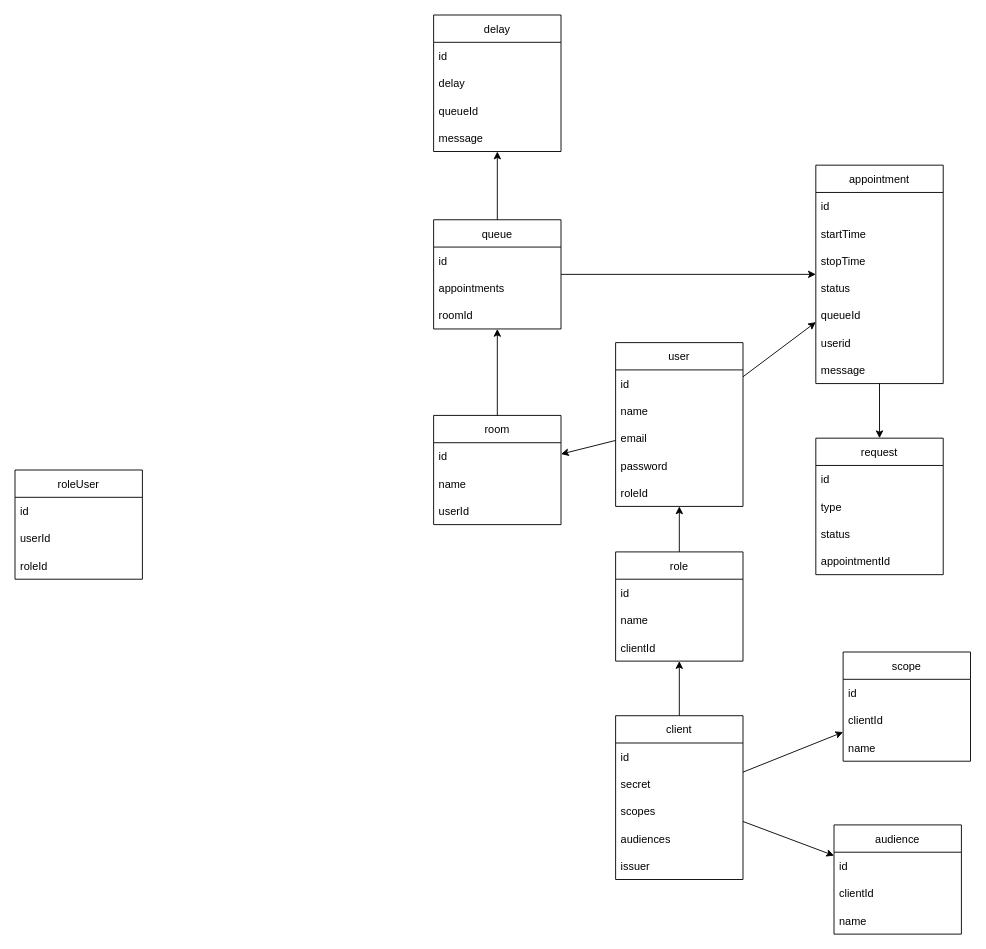
The draw.io diagram __diagrams__/information.drawio in Oglop/Queue, before the edit. Source tidied: cells renumbered, new cells numbered last; positions are measured from the earlier drawing's top-left corner, leaving out a move shared by most shapes. Both pictures are drawn from the tidied source at 91%, with x=0, y=0 at pixel (15, 15).
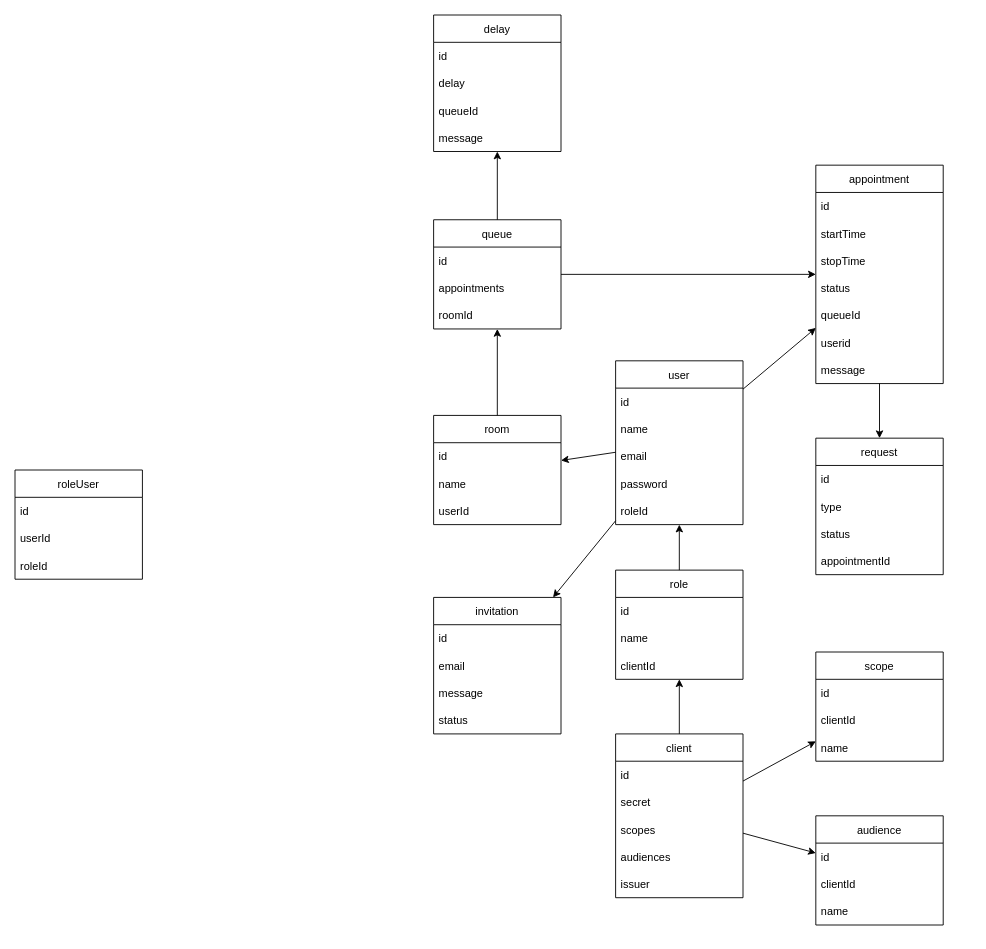
The same page after the edit.

What changed in the source:
```diff
@@
     <mxCell id="24" value="user" style="swimlane;fontStyle=0;horizontal=1;startSize=30;" parent="1" vertex="1">
-      <mxGeometry x="660" y="360" width="140" height="180" as="geometry" />
+      <mxGeometry x="660" y="380" width="140" height="180" as="geometry" />
     </mxCell>
@@
     <mxCell id="40" value="client" style="swimlane;fontStyle=0;horizontal=1;startSize=30;" parent="1" vertex="1">
-      <mxGeometry x="660" y="770" width="140" height="180" as="geometry" />
+      <mxGeometry x="660" y="790" width="140" height="180" as="geometry" />
     </mxCell>
@@
     <mxCell id="46" value="scope" style="swimlane;fontStyle=0;horizontal=1;startSize=30;" parent="1" vertex="1">
-      <mxGeometry x="910" y="700" width="140" height="120" as="geometry" />
+      <mxGeometry x="880" y="700" width="140" height="120" as="geometry" />
     </mxCell>
@@
     <mxCell id="50" value="audience" style="swimlane;fontStyle=0;horizontal=1;startSize=30;" parent="1" vertex="1">
-      <mxGeometry x="900" y="890" width="140" height="120" as="geometry" />
+      <mxGeometry x="880" y="880" width="140" height="120" as="geometry" />
     </mxCell>
@@
     <mxCell id="56" value="role" style="swimlane;fontStyle=0;horizontal=1;startSize=30;" parent="1" vertex="1">
-      <mxGeometry x="660" y="590" width="140" height="120" as="geometry" />
+      <mxGeometry x="660" y="610" width="140" height="120" as="geometry" />
     </mxCell>
@@
+    <mxCell id="66" value="invitation" style="swimlane;fontStyle=0;horizontal=1;startSize=30;" parent="1" vertex="1">
+      <mxGeometry x="460" y="640" width="140" height="150" as="geometry" />
+    </mxCell>
+    <mxCell id="67" value="id" style="text;strokeColor=none;fillColor=none;align=left;verticalAlign=middle;spacingLeft=4;spacingRight=4;overflow=hidden;" parent="66" vertex="1">
+      <mxGeometry y="30" width="140" height="30" as="geometry" />
+    </mxCell>
+    <mxCell id="68" value="email" style="text;strokeColor=none;fillColor=none;align=left;verticalAlign=middle;spacingLeft=4;spacingRight=4;overflow=hidden;" parent="66" vertex="1">
+      <mxGeometry y="60" width="140" height="30" as="geometry" />
+    </mxCell>
+    <mxCell id="69" value="message" style="text;strokeColor=none;fillColor=none;align=left;verticalAlign=middle;spacingLeft=4;spacingRight=4;overflow=hidden;" parent="66" vertex="1">
+      <mxGeometry y="90" width="140" height="30" as="geometry" />
+    </mxCell>
+    <mxCell id="70" value="status" style="text;strokeColor=none;fillColor=none;align=left;verticalAlign=middle;spacingLeft=4;spacingRight=4;overflow=hidden;" parent="66" vertex="1">
+      <mxGeometry y="120" width="140" height="30" as="geometry" />
+    </mxCell>
+    <mxCell id="71" style="endArrow=classic;html=1;rounded=0;" parent="1" edge="1" source="24" target="66">
+      <mxGeometry relative="1" as="geometry" />
+    </mxCell>
```
